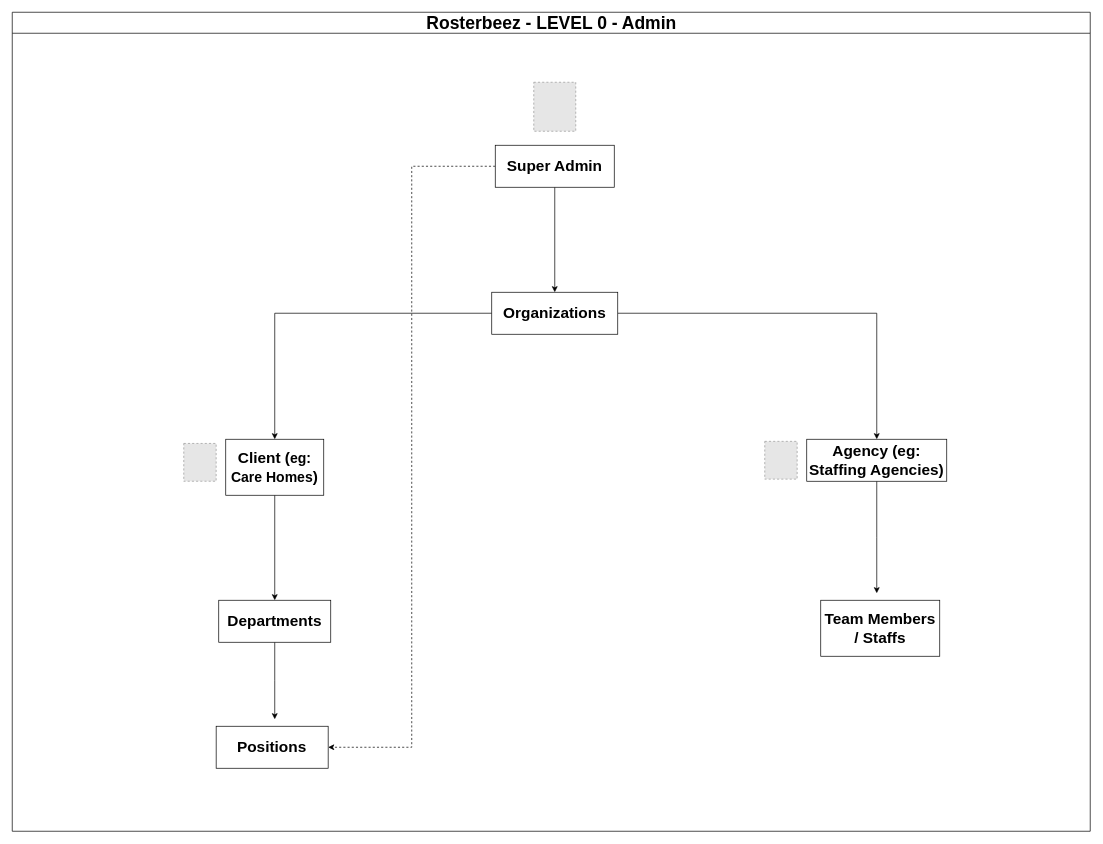
Before: page "Admin" (1 of 3) of Rosterbeez.drawio in sachinjoseph26/diagrams, a draw.io diagram. Source tidied: cells renumbered, new cells numbered last; positions are measured from the earlier drawing's top-left corner, leaving out a move shared by most shapes. Both pictures are drawn from the tidied source at 70%, with x=0, y=0 at pixel (12, 12). Pictures stored in the file or linked from it are replaced by grey dashed boxes.
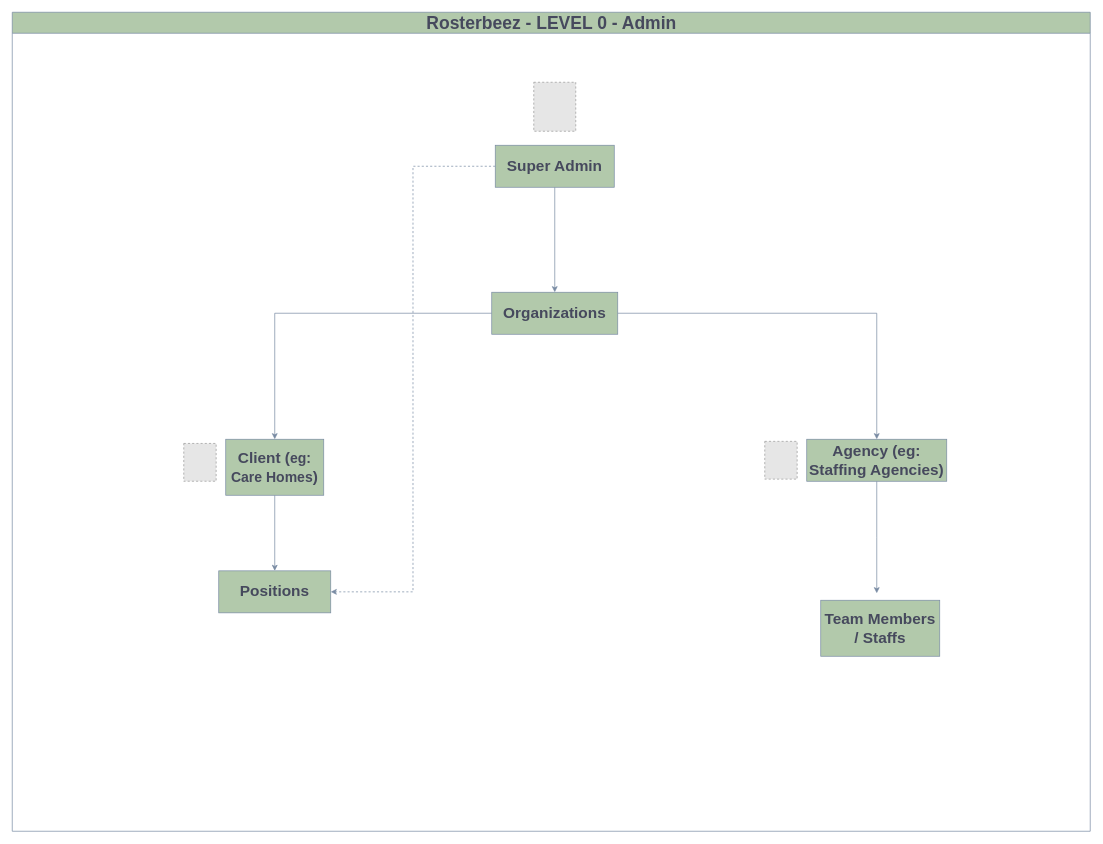
The same page after the edit.

Change to the diagram source:
```diff
@@
-    <mxCell id="2" value="&lt;font style=&quot;font-size: 25px;&quot;&gt;Rosterbeez - LEVEL 0 - Admin&lt;/font&gt;" style="swimlane;html=1;startSize=30;horizontal=1;containerType=tree;glass=0;labelBackgroundColor=none;" parent="1" vertex="1">
+    <mxCell id="2" value="&lt;font style=&quot;font-size: 25px;&quot;&gt;Rosterbeez - LEVEL 0 - Admin&lt;/font&gt;" style="swimlane;html=1;startSize=30;horizontal=1;containerType=tree;glass=0;labelBackgroundColor=none;fillColor=#B2C9AB;strokeColor=#788AA3;fontColor=#46495D;" parent="1" vertex="1">
       <mxGeometry width="1540" height="1170" as="geometry" />
     </mxCell>
-    <mxCell id="3" style="edgeStyle=orthogonalEdgeStyle;rounded=0;jettySize=auto;html=1;entryX=0.5;entryY=0;entryDx=0;entryDy=0;labelBackgroundColor=none;fontColor=default;" parent="2" edge="1" source="5" target="8">
+    <mxCell id="3" style="edgeStyle=orthogonalEdgeStyle;rounded=0;jettySize=auto;html=1;entryX=0.5;entryY=0;entryDx=0;entryDy=0;labelBackgroundColor=none;fontColor=default;strokeColor=#788AA3;" parent="2" edge="1" source="5" target="8">
       <mxGeometry relative="1" as="geometry" />
     </mxCell>
-    <mxCell id="4" style="edgeStyle=orthogonalEdgeStyle;rounded=0;jettySize=auto;html=1;entryX=1;entryY=0.5;entryDx=0;entryDy=0;dashed=1;labelBackgroundColor=none;fontColor=default;" parent="2" edge="1" source="5" target="18">
+    <mxCell id="4" style="edgeStyle=orthogonalEdgeStyle;rounded=0;jettySize=auto;html=1;entryX=1;entryY=0.5;entryDx=0;entryDy=0;dashed=1;labelBackgroundColor=none;fontColor=default;strokeColor=#788AA3;" parent="2" edge="1" source="5" target="18">
       <mxGeometry relative="1" as="geometry" />
     </mxCell>
-    <mxCell id="5" value="&lt;font style=&quot;font-size: 22px;&quot;&gt;&lt;b&gt;Super Admin&lt;/b&gt;&lt;/font&gt;" style="rounded=0;whiteSpace=wrap;html=1;labelBackgroundColor=none;" parent="2" vertex="1">
+    <mxCell id="5" value="&lt;font style=&quot;font-size: 22px;&quot;&gt;&lt;b&gt;Super Admin&lt;/b&gt;&lt;/font&gt;" style="rounded=0;whiteSpace=wrap;html=1;labelBackgroundColor=none;fillColor=#B2C9AB;strokeColor=#788AA3;fontColor=#46495D;" parent="2" vertex="1">
       <mxGeometry x="690" y="190" width="170" height="60" as="geometry" />
     </mxCell>
-    <mxCell id="6" style="edgeStyle=orthogonalEdgeStyle;rounded=0;jettySize=auto;html=1;labelBackgroundColor=none;fontColor=default;" parent="2" edge="1" source="8" target="10">
+    <mxCell id="6" style="edgeStyle=orthogonalEdgeStyle;rounded=0;jettySize=auto;html=1;labelBackgroundColor=none;fontColor=default;strokeColor=#788AA3;" parent="2" edge="1" source="8" target="10">
       <mxGeometry relative="1" as="geometry" />
     </mxCell>
-    <mxCell id="7" style="edgeStyle=orthogonalEdgeStyle;rounded=0;jettySize=auto;html=1;entryX=0.5;entryY=0;entryDx=0;entryDy=0;labelBackgroundColor=none;fontColor=default;" parent="2" edge="1" source="8" target="12">
+    <mxCell id="7" style="edgeStyle=orthogonalEdgeStyle;rounded=0;jettySize=auto;html=1;entryX=0.5;entryY=0;entryDx=0;entryDy=0;labelBackgroundColor=none;fontColor=default;strokeColor=#788AA3;" parent="2" edge="1" source="8" target="12">
       <mxGeometry relative="1" as="geometry" />
     </mxCell>
-    <mxCell id="8" value="&lt;span style=&quot;font-size: 22px;&quot;&gt;&lt;b&gt;Organizations&lt;/b&gt;&lt;/span&gt;" style="rounded=0;whiteSpace=wrap;html=1;labelBackgroundColor=none;" parent="2" vertex="1">
+    <mxCell id="8" value="&lt;span style=&quot;font-size: 22px;&quot;&gt;&lt;b&gt;Organizations&lt;/b&gt;&lt;/span&gt;" style="rounded=0;whiteSpace=wrap;html=1;labelBackgroundColor=none;fillColor=#B2C9AB;strokeColor=#788AA3;fontColor=#46495D;" parent="2" vertex="1">
       <mxGeometry x="685" y="400" width="180" height="60" as="geometry" />
     </mxCell>
-    <mxCell id="9" style="edgeStyle=orthogonalEdgeStyle;rounded=0;jettySize=auto;html=1;entryX=0.5;entryY=0;entryDx=0;entryDy=0;labelBackgroundColor=none;fontColor=default;" parent="2" edge="1" source="10" target="14">
-      <mxGeometry relative="1" as="geometry" />
-    </mxCell>
+    <mxCell id="20" style="edgeStyle=orthogonalEdgeStyle;rounded=0;jettySize=auto;html=1;labelBackgroundColor=none;strokeColor=#788AA3;fontColor=default;" parent="2" edge="1" source="10" target="18">
+      <mxGeometry relative="1" as="geometry" />
+    </mxCell>
-    <mxCell id="10" value="&lt;b&gt;&lt;font style=&quot;font-size: 22px;&quot;&gt;Client (&lt;/font&gt;&lt;font style=&quot;font-size: 20px;&quot;&gt;eg: Care Homes&lt;/font&gt;&lt;font style=&quot;font-size: 22px;&quot;&gt;)&lt;/font&gt;&lt;/b&gt;" style="rounded=0;whiteSpace=wrap;html=1;labelBackgroundColor=none;" parent="2" vertex="1">
+    <mxCell id="10" value="&lt;b&gt;&lt;font style=&quot;font-size: 22px;&quot;&gt;Client (&lt;/font&gt;&lt;font style=&quot;font-size: 20px;&quot;&gt;eg: Care Homes&lt;/font&gt;&lt;font style=&quot;font-size: 22px;&quot;&gt;)&lt;/font&gt;&lt;/b&gt;" style="rounded=0;whiteSpace=wrap;html=1;labelBackgroundColor=none;fillColor=#B2C9AB;strokeColor=#788AA3;fontColor=#46495D;" parent="2" vertex="1">
       <mxGeometry x="305" y="610" width="140" height="80" as="geometry" />
     </mxCell>
-    <mxCell id="11" style="edgeStyle=orthogonalEdgeStyle;rounded=0;jettySize=auto;html=1;labelBackgroundColor=none;fontColor=default;" parent="2" edge="1" source="12">
+    <mxCell id="11" style="edgeStyle=orthogonalEdgeStyle;rounded=0;jettySize=auto;html=1;labelBackgroundColor=none;fontColor=default;strokeColor=#788AA3;" parent="2" edge="1" source="12">
       <mxGeometry relative="1" as="geometry">
         <mxPoint x="1235" y="830" as="targetPoint" />
       </mxGeometry>
     </mxCell>
-    <mxCell id="12" value="&lt;span style=&quot;font-size: 22px;&quot;&gt;&lt;b&gt;Agency (eg: Staffing Agencies)&lt;/b&gt;&lt;/span&gt;" style="rounded=0;whiteSpace=wrap;html=1;labelBackgroundColor=none;" parent="2" vertex="1">
+    <mxCell id="12" value="&lt;span style=&quot;font-size: 22px;&quot;&gt;&lt;b&gt;Agency (eg: Staffing Agencies)&lt;/b&gt;&lt;/span&gt;" style="rounded=0;whiteSpace=wrap;html=1;labelBackgroundColor=none;fillColor=#B2C9AB;strokeColor=#788AA3;fontColor=#46495D;" parent="2" vertex="1">
       <mxGeometry x="1135" y="610" width="200" height="60" as="geometry" />
     </mxCell>
-    <mxCell id="13" style="edgeStyle=orthogonalEdgeStyle;rounded=0;jettySize=auto;html=1;labelBackgroundColor=none;fontColor=default;" parent="2" edge="1" source="14">
-      <mxGeometry relative="1" as="geometry">
-        <mxPoint x="375" y="1010" as="targetPoint" />
-      </mxGeometry>
-    </mxCell>
-    <mxCell id="14" value="&lt;span style=&quot;font-size: 22px;&quot;&gt;&lt;b&gt;Departments&lt;/b&gt;&lt;/span&gt;" style="rounded=0;whiteSpace=wrap;html=1;labelBackgroundColor=none;" parent="2" vertex="1">
-      <mxGeometry x="295" y="840" width="160" height="60" as="geometry" />
-    </mxCell>
-    <mxCell id="15" style="fillColor=#E6E6E6;strokeColor=#999999;dashed=1;verticalLabelPosition=bottom;labelBackgroundColor=none;verticalAlign=top;" parent="2" vertex="1">
+    <mxCell id="15" style="fillColor=#E6E6E6;strokeColor=#999999;dashed=1;verticalLabelPosition=bottom;labelBackgroundColor=none;verticalAlign=top;fontColor=#46495D;" parent="2" vertex="1">
       <mxGeometry x="745" y="100" width="60" height="70" as="geometry" />
     </mxCell>
-    <mxCell id="16" style="fillColor=#E6E6E6;strokeColor=#999999;dashed=1;verticalLabelPosition=bottom;labelBackgroundColor=none;verticalAlign=top;fontStyle=1;" parent="2" vertex="1">
+    <mxCell id="16" style="fillColor=#E6E6E6;strokeColor=#999999;dashed=1;verticalLabelPosition=bottom;labelBackgroundColor=none;verticalAlign=top;fontStyle=1;fontColor=#46495D;" parent="2" vertex="1">
       <mxGeometry x="245" y="616" width="46.3" height="54" as="geometry" />
     </mxCell>
-    <mxCell id="17" style="fillColor=#E6E6E6;strokeColor=#999999;dashed=1;verticalLabelPosition=bottom;labelBackgroundColor=none;verticalAlign=top;fontStyle=1;" parent="2" vertex="1">
+    <mxCell id="17" style="fillColor=#E6E6E6;strokeColor=#999999;dashed=1;verticalLabelPosition=bottom;labelBackgroundColor=none;verticalAlign=top;fontStyle=1;fontColor=#46495D;" parent="2" vertex="1">
       <mxGeometry x="1075" y="613" width="46.3" height="54" as="geometry" />
     </mxCell>
-    <mxCell id="18" value="&lt;span style=&quot;font-size: 22px;&quot;&gt;&lt;b&gt;Positions&lt;/b&gt;&lt;/span&gt;" style="rounded=0;whiteSpace=wrap;html=1;labelBackgroundColor=none;" parent="2" vertex="1">
-      <mxGeometry x="291.3" y="1020" width="160" height="60" as="geometry" />
+    <mxCell id="18" value="&lt;span style=&quot;font-size: 22px;&quot;&gt;&lt;b&gt;Positions&lt;/b&gt;&lt;/span&gt;" style="rounded=0;whiteSpace=wrap;html=1;labelBackgroundColor=none;fillColor=#B2C9AB;strokeColor=#788AA3;fontColor=#46495D;" parent="2" vertex="1">
+      <mxGeometry x="295" y="798" width="160" height="60" as="geometry" />
     </mxCell>
-    <mxCell id="19" value="&lt;span style=&quot;font-size: 22px;&quot;&gt;&lt;b&gt;Team Members / Staffs&lt;/b&gt;&lt;/span&gt;" style="rounded=0;whiteSpace=wrap;html=1;labelBackgroundColor=none;" parent="2" vertex="1">
+    <mxCell id="19" value="&lt;span style=&quot;font-size: 22px;&quot;&gt;&lt;b&gt;Team Members / Staffs&lt;/b&gt;&lt;/span&gt;" style="rounded=0;whiteSpace=wrap;html=1;labelBackgroundColor=none;fillColor=#B2C9AB;strokeColor=#788AA3;fontColor=#46495D;" parent="2" vertex="1">
       <mxGeometry x="1155" y="840" width="170" height="80" as="geometry" />
     </mxCell>
```
